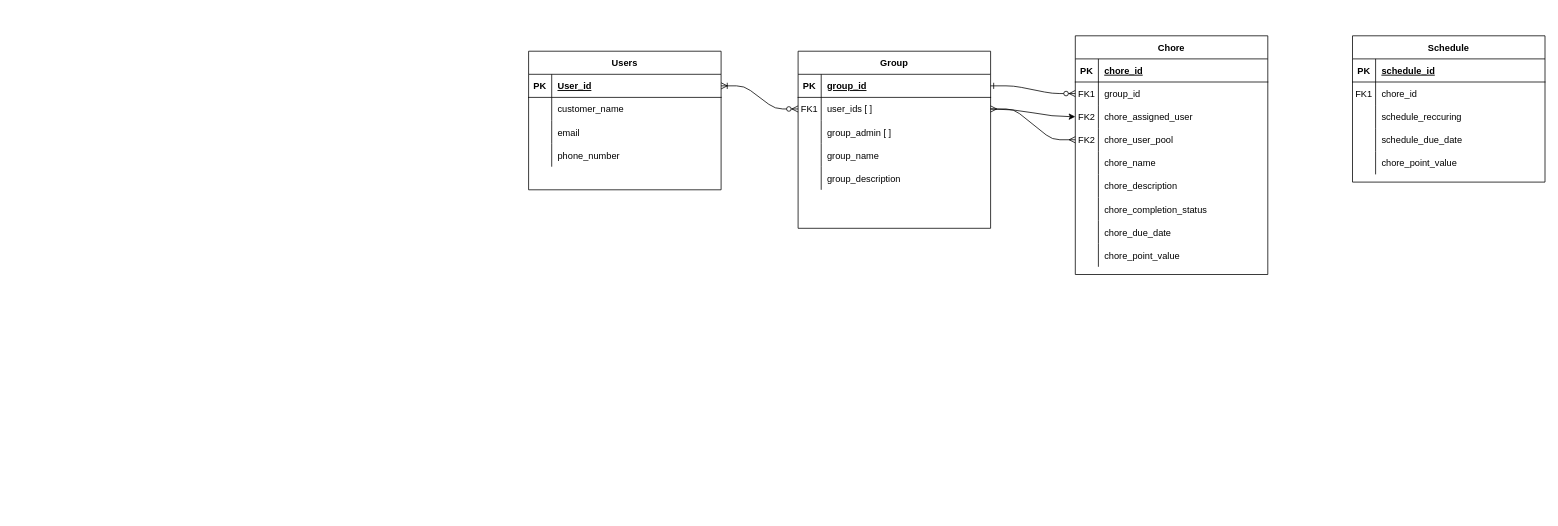
The draw.io diagram ERDDiagram.drawio in TBean18/TrashOverflow-Web, before the edit. Source tidied: cells renumbered, new cells numbered last; positions are measured from the earlier drawing's top-left corner, leaving out a move shared by most shapes. Both pictures are drawn from the tidied source at 77%, with x=0, y=0 at pixel (528, 35).
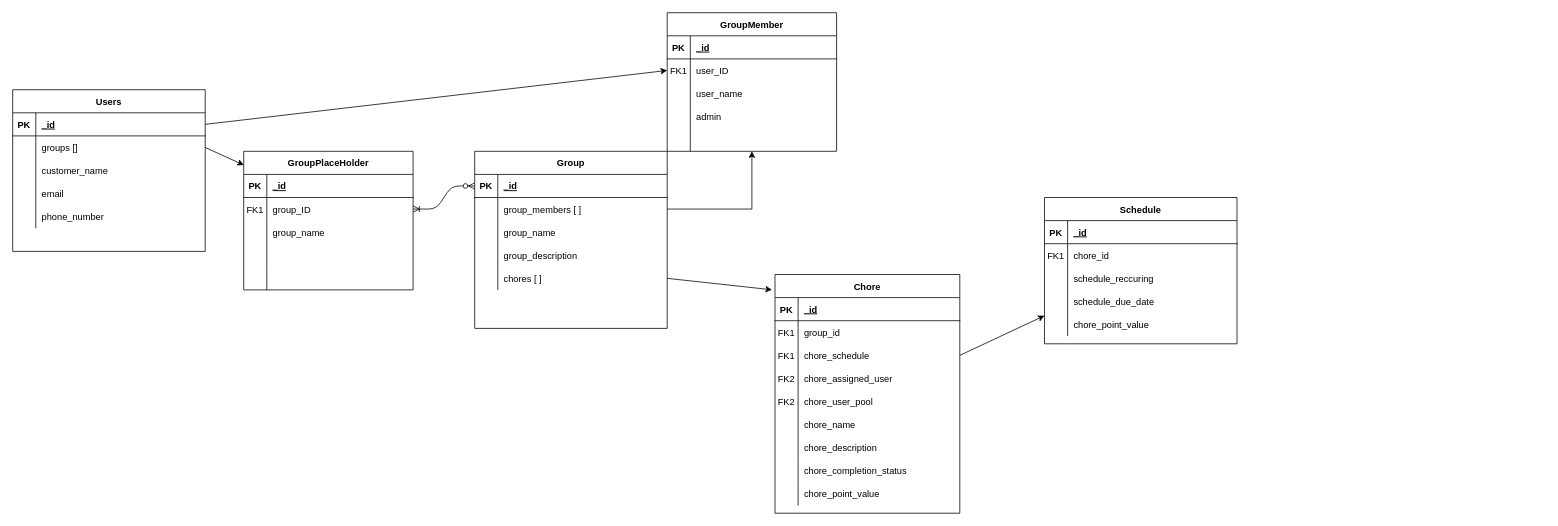
The same page after the edit.

Unchanged cells that the change refers to:
```xml
<mxCell id="5" style="shape=partialRectangle;fillColor=none;points=[[0,0.5],[1,0.5]];portConstraint=eastwest;top=0;left=0;right=0;bottom=1;" parent="4" vertex="1">
  <mxGeometry y="30" width="250" height="30" as="geometry" />
</mxCell>
<mxCell id="8" style="shape=partialRectangle;fillColor=none;points=[[0,0.5],[1,0.5]];portConstraint=eastwest;top=0;left=0;right=0;bottom=0;" parent="4" vertex="1">
  <mxGeometry y="60" width="250" height="30" as="geometry" />
</mxCell>
<mxCell id="49" style="shape=partialRectangle;fillColor=none;points=[[0,0.5],[1,0.5]];portConstraint=eastwest;top=0;left=0;right=0;bottom=1;" parent="48" vertex="1">
  <mxGeometry y="30" width="250" height="30" as="geometry" />
</mxCell>
<mxCell id="64" style="shape=partialRectangle;fillColor=none;top=0;left=0;right=0;bottom=1;" parent="63" vertex="1">
  <mxGeometry y="30" width="250" height="30" as="geometry" />
</mxCell>
```

The edit, as a diff of the source:
```diff
@@
-    <mxCell id="2" style="edgeStyle=entityRelationEdgeStyle;endArrow=ERzeroToMany;startArrow=ERoneToMany;endFill=1;startFill=0;" parent="1" edge="1" source="49" target="8">
+    <mxCell id="2" style="edgeStyle=entityRelationEdgeStyle;endArrow=ERzeroToMany;startArrow=ERoneToMany;endFill=1;startFill=0;exitX=1;exitY=0.5;exitDx=0;exitDy=0;" parent="1" edge="1" source="94" target="5">
       <mxGeometry relative="1" as="geometry" />
     </mxCell>
-    <mxCell id="3" style="edgeStyle=entityRelationEdgeStyle;endArrow=ERzeroToMany;startArrow=ERone;endFill=1;startFill=0;" parent="1" edge="1" source="5" target="24">
-      <mxGeometry relative="1" as="geometry" />
-    </mxCell>
     <mxCell id="4" value="Group" style="shape=table;startSize=30;childLayout=tableLayout;rowLines=0;fontStyle=1;align=center;" parent="1" vertex="1">
-      <mxGeometry x="350" y="20" width="250" height="230" as="geometry" />
+      <mxGeometry x="-70" y="150" width="250" height="230" as="geometry" />
     </mxCell>
@@
-    <mxCell id="7" value="group_id" style="shape=partialRectangle;overflow=hidden;fillColor=none;top=0;left=0;bottom=0;right=0;align=left;spacingLeft=6;fontStyle=5;" parent="5" vertex="1">
+    <mxCell id="7" value="_id" style="shape=partialRectangle;overflow=hidden;fillColor=none;top=0;left=0;bottom=0;right=0;align=left;spacingLeft=6;fontStyle=5;" parent="5" vertex="1">
       <mxGeometry x="30" width="220" height="30" as="geometry" />
     </mxCell>
@@
-    <mxCell id="9" value="FK1" style="shape=partialRectangle;overflow=hidden;fillColor=none;top=0;left=0;bottom=0;right=0;" parent="8" vertex="1">
-      <mxGeometry width="30" height="30" as="geometry" />
-    </mxCell>
-    <mxCell id="10" value="user_ids [ ]" style="shape=partialRectangle;overflow=hidden;fillColor=none;top=0;left=0;bottom=0;right=0;align=left;spacingLeft=6;" parent="8" vertex="1">
-      <mxGeometry x="30" width="220" height="30" as="geometry" />
-    </mxCell>
-    <mxCell id="11" style="shape=partialRectangle;fillColor=none;top=0;left=0;right=0;bottom=0;" parent="4" vertex="1">
-      <mxGeometry y="90" width="250" height="30" as="geometry" />
-    </mxCell>
-    <mxCell id="12" style="shape=partialRectangle;overflow=hidden;fillColor=none;top=0;left=0;bottom=0;right=0;" parent="11" vertex="1">
-      <mxGeometry width="30" height="30" as="geometry" />
-    </mxCell>
-    <mxCell id="13" value="group_admin [ ] " style="shape=partialRectangle;overflow=hidden;fillColor=none;top=0;left=0;bottom=0;right=0;align=left;spacingLeft=6;" parent="11" vertex="1">
-      <mxGeometry x="30" width="220" height="30" as="geometry" />
-    </mxCell>
+    <mxCell id="79" style="shape=partialRectangle;overflow=hidden;fillColor=none;top=0;left=0;bottom=0;right=0;" parent="8" vertex="1">
+      <mxGeometry width="30" height="30" as="geometry" />
+    </mxCell>
+    <mxCell id="80" value="group_members [ ] " style="shape=partialRectangle;overflow=hidden;fillColor=none;top=0;left=0;bottom=0;right=0;align=left;spacingLeft=6;" parent="8" vertex="1">
+      <mxGeometry x="30" width="220" height="30" as="geometry" />
+    </mxCell>
     <mxCell id="14" style="shape=partialRectangle;fillColor=none;top=0;left=0;right=0;bottom=0;" parent="4" vertex="1">
-      <mxGeometry y="120" width="250" height="30" as="geometry" />
+      <mxGeometry y="90" width="250" height="30" as="geometry" />
     </mxCell>
@@
     <mxCell id="17" style="shape=partialRectangle;fillColor=none;top=0;left=0;right=0;bottom=0;" parent="4" vertex="1">
-      <mxGeometry y="150" width="250" height="30" as="geometry" />
+      <mxGeometry y="120" width="250" height="30" as="geometry" />
     </mxCell>
@@
+    <mxCell id="81" style="shape=partialRectangle;fillColor=none;points=[[0,0.5],[1,0.5]];portConstraint=eastwest;top=0;left=0;right=0;bottom=0;" parent="4" vertex="1">
+      <mxGeometry y="150" width="250" height="30" as="geometry" />
+    </mxCell>
+    <mxCell id="82" style="shape=partialRectangle;overflow=hidden;fillColor=none;top=0;left=0;bottom=0;right=0;" parent="81" vertex="1">
+      <mxGeometry width="30" height="30" as="geometry" />
+    </mxCell>
+    <mxCell id="83" value="chores [ ]" style="shape=partialRectangle;overflow=hidden;fillColor=none;top=0;left=0;bottom=0;right=0;align=left;spacingLeft=6;" parent="81" vertex="1">
+      <mxGeometry x="30" width="220" height="30" as="geometry" />
+    </mxCell>
     <mxCell id="20" value="Chore" style="shape=table;startSize=30;childLayout=tableLayout;rowLines=0;fontStyle=1;align=center;" parent="1" vertex="1">
-      <mxGeometry x="710" width="250" height="310" as="geometry" />
+      <mxGeometry x="320" y="310" width="240" height="310" as="geometry" />
     </mxCell>
     <mxCell id="21" style="shape=partialRectangle;fillColor=none;top=0;left=0;right=0;bottom=1;" parent="20" vertex="1">
-      <mxGeometry y="30" width="250" height="30" as="geometry" />
+      <mxGeometry y="30" width="240" height="30" as="geometry" />
     </mxCell>
@@
-    <mxCell id="23" value="chore_id" style="shape=partialRectangle;overflow=hidden;fillColor=none;top=0;left=0;bottom=0;right=0;align=left;spacingLeft=6;fontStyle=5;" parent="21" vertex="1">
-      <mxGeometry x="30" width="220" height="30" as="geometry" />
+    <mxCell id="23" value="_id" style="shape=partialRectangle;overflow=hidden;fillColor=none;top=0;left=0;bottom=0;right=0;align=left;spacingLeft=6;fontStyle=5;" parent="21" vertex="1">
+      <mxGeometry x="30" width="210" height="30" as="geometry" />
     </mxCell>
     <mxCell id="24" style="shape=partialRectangle;fillColor=none;points=[[0,0.5],[1,0.5]];portConstraint=eastwest;top=0;left=0;right=0;bottom=0;" parent="20" vertex="1">
-      <mxGeometry y="60" width="250" height="30" as="geometry" />
+      <mxGeometry y="60" width="240" height="30" as="geometry" />
     </mxCell>
@@
     <mxCell id="26" value="group_id" style="shape=partialRectangle;overflow=hidden;fillColor=none;top=0;left=0;bottom=0;right=0;align=left;spacingLeft=6;" parent="24" vertex="1">
-      <mxGeometry x="30" width="220" height="30" as="geometry" />
+      <mxGeometry x="30" width="210" height="30" as="geometry" />
     </mxCell>
+    <mxCell id="84" style="shape=partialRectangle;fillColor=none;points=[[0,0.5],[1,0.5]];portConstraint=eastwest;top=0;left=0;right=0;bottom=0;" parent="20" vertex="1">
+      <mxGeometry y="90" width="240" height="30" as="geometry" />
+    </mxCell>
+    <mxCell id="85" value="FK1" style="shape=partialRectangle;overflow=hidden;fillColor=none;top=0;left=0;bottom=0;right=0;" parent="84" vertex="1">
+      <mxGeometry width="30" height="30" as="geometry" />
+    </mxCell>
+    <mxCell id="86" value="chore_schedule" style="shape=partialRectangle;overflow=hidden;fillColor=none;top=0;left=0;bottom=0;right=0;align=left;spacingLeft=6;" parent="84" vertex="1">
+      <mxGeometry x="30" width="210" height="30" as="geometry" />
+    </mxCell>
     <mxCell id="27" style="shape=partialRectangle;fillColor=none;points=[[0,0.5],[1,0.5]];portConstraint=eastwest;top=0;left=0;right=0;bottom=0;" parent="20" vertex="1">
-      <mxGeometry y="90" width="250" height="30" as="geometry" />
+      <mxGeometry y="120" width="240" height="30" as="geometry" />
     </mxCell>
@@
     <mxCell id="29" value="chore_assigned_user" style="shape=partialRectangle;overflow=hidden;fillColor=none;top=0;left=0;bottom=0;right=0;align=left;spacingLeft=6;" parent="27" vertex="1">
-      <mxGeometry x="30" width="220" height="30" as="geometry" />
+      <mxGeometry x="30" width="210" height="30" as="geometry" />
     </mxCell>
     <mxCell id="30" style="shape=partialRectangle;fillColor=none;points=[[0,0.5],[1,0.5]];portConstraint=eastwest;top=0;left=0;right=0;bottom=0;" parent="20" vertex="1">
-      <mxGeometry y="120" width="250" height="30" as="geometry" />
+      <mxGeometry y="150" width="240" height="30" as="geometry" />
     </mxCell>
@@
     <mxCell id="32" value="chore_user_pool" style="shape=partialRectangle;overflow=hidden;fillColor=none;top=0;left=0;bottom=0;right=0;align=left;spacingLeft=6;" parent="30" vertex="1">
-      <mxGeometry x="30" width="220" height="30" as="geometry" />
+      <mxGeometry x="30" width="210" height="30" as="geometry" />
     </mxCell>
     <mxCell id="33" style="shape=partialRectangle;fillColor=none;top=0;left=0;right=0;bottom=0;" parent="20" vertex="1">
-      <mxGeometry y="150" width="250" height="30" as="geometry" />
+      <mxGeometry y="180" width="240" height="30" as="geometry" />
     </mxCell>
@@
     <mxCell id="35" value="chore_name" style="shape=partialRectangle;overflow=hidden;fillColor=none;top=0;left=0;bottom=0;right=0;align=left;spacingLeft=6;" parent="33" vertex="1">
-      <mxGeometry x="30" width="220" height="30" as="geometry" />
+      <mxGeometry x="30" width="210" height="30" as="geometry" />
     </mxCell>
     <mxCell id="36" style="shape=partialRectangle;fillColor=none;top=0;left=0;right=0;bottom=0;" parent="20" vertex="1">
-      <mxGeometry y="180" width="250" height="30" as="geometry" />
+      <mxGeometry y="210" width="240" height="30" as="geometry" />
     </mxCell>
@@
     <mxCell id="38" value="chore_description" style="shape=partialRectangle;overflow=hidden;fillColor=none;top=0;left=0;bottom=0;right=0;align=left;spacingLeft=6;" parent="36" vertex="1">
-      <mxGeometry x="30" width="220" height="30" as="geometry" />
+      <mxGeometry x="30" width="210" height="30" as="geometry" />
     </mxCell>
     <mxCell id="39" style="shape=partialRectangle;fillColor=none;top=0;left=0;right=0;bottom=0;" parent="20" vertex="1">
-      <mxGeometry y="210" width="250" height="30" as="geometry" />
+      <mxGeometry y="240" width="240" height="30" as="geometry" />
     </mxCell>
@@
     <mxCell id="41" value="chore_completion_status" style="shape=partialRectangle;overflow=hidden;fillColor=none;top=0;left=0;bottom=0;right=0;align=left;spacingLeft=6;" parent="39" vertex="1">
-      <mxGeometry x="30" width="220" height="30" as="geometry" />
+      <mxGeometry x="30" width="210" height="30" as="geometry" />
     </mxCell>
-    <mxCell id="42" style="shape=partialRectangle;fillColor=none;top=0;left=0;right=0;bottom=0;" parent="20" vertex="1">
-      <mxGeometry y="240" width="250" height="30" as="geometry" />
-    </mxCell>
-    <mxCell id="43" style="shape=partialRectangle;overflow=hidden;fillColor=none;top=0;left=0;bottom=0;right=0;" parent="42" vertex="1">
-      <mxGeometry width="30" height="30" as="geometry" />
-    </mxCell>
-    <mxCell id="44" value="chore_due_date" style="shape=partialRectangle;overflow=hidden;fillColor=none;top=0;left=0;bottom=0;right=0;align=left;spacingLeft=6;" parent="42" vertex="1">
-      <mxGeometry x="30" width="220" height="30" as="geometry" />
-    </mxCell>
     <mxCell id="45" style="shape=partialRectangle;fillColor=none;top=0;left=0;right=0;bottom=0;" parent="20" vertex="1">
-      <mxGeometry y="270" width="250" height="30" as="geometry" />
+      <mxGeometry y="270" width="240" height="30" as="geometry" />
     </mxCell>
@@
     <mxCell id="47" value="chore_point_value" style="shape=partialRectangle;overflow=hidden;fillColor=none;top=0;left=0;bottom=0;right=0;align=left;spacingLeft=6;" parent="45" vertex="1">
-      <mxGeometry x="30" width="220" height="30" as="geometry" />
+      <mxGeometry x="30" width="210" height="30" as="geometry" />
     </mxCell>
     <mxCell id="48" value="Users" style="shape=table;startSize=30;childLayout=tableLayout;rowLines=0;fontStyle=1;align=center;" parent="1" vertex="1">
-      <mxGeometry y="20" width="250" height="180" as="geometry" />
+      <mxGeometry x="-670" y="70" width="250" height="210" as="geometry" />
     </mxCell>
@@
-    <mxCell id="51" value="User_id" style="shape=partialRectangle;overflow=hidden;fillColor=none;top=0;left=0;bottom=0;right=0;align=left;spacingLeft=6;fontStyle=5;" parent="49" vertex="1">
+    <mxCell id="51" value="_id" style="shape=partialRectangle;overflow=hidden;fillColor=none;top=0;left=0;bottom=0;right=0;align=left;spacingLeft=6;fontStyle=5;" parent="49" vertex="1">
       <mxGeometry x="30" width="220" height="30" as="geometry" />
     </mxCell>
+    <mxCell id="87" style="shape=partialRectangle;fillColor=none;top=0;left=0;bottom=0;right=0;points=[[0,0.5],[1,0.5]];portConstraint=eastwest;" parent="48" vertex="1">
+      <mxGeometry y="60" width="250" height="30" as="geometry" />
+    </mxCell>
+    <mxCell id="88" style="shape=partialRectangle;fillColor=none;top=0;left=0;bottom=0;right=0;overflow=hidden;" parent="87" vertex="1">
+      <mxGeometry width="30" height="30" as="geometry" />
+    </mxCell>
+    <mxCell id="89" value="groups []" style="shape=partialRectangle;fillColor=none;top=0;left=0;bottom=0;right=0;align=left;spacingLeft=6;overflow=hidden;" parent="87" vertex="1">
+      <mxGeometry x="30" width="220" height="30" as="geometry" />
+    </mxCell>
     <mxCell id="52" style="shape=partialRectangle;fillColor=none;top=0;left=0;right=0;bottom=0;" parent="48" vertex="1">
-      <mxGeometry y="60" width="250" height="30" as="geometry" />
+      <mxGeometry y="90" width="250" height="30" as="geometry" />
     </mxCell>
@@
     <mxCell id="55" style="shape=partialRectangle;fillColor=none;top=0;left=0;bottom=0;right=0;" parent="48" vertex="1">
-      <mxGeometry y="90" width="250" height="30" as="geometry" />
+      <mxGeometry y="120" width="250" height="30" as="geometry" />
     </mxCell>
@@
     <mxCell id="58" style="shape=partialRectangle;fillColor=none;top=0;left=0;bottom=0;right=0;" parent="48" vertex="1">
-      <mxGeometry y="120" width="250" height="30" as="geometry" />
+      <mxGeometry y="150" width="250" height="30" as="geometry" />
     </mxCell>
@@
-    <mxCell id="61" style="jettySize=auto;html=1;exitX=1;exitY=0.5;exitDx=0;exitDy=0;startArrow=ERmany;startFill=0;entryX=0;entryY=0.5;entryDx=0;entryDy=0;edgeStyle=entityRelationEdgeStyle;curved=1;" parent="1" edge="1" source="8" target="27">
-      <mxGeometry relative="1" as="geometry" />
-    </mxCell>
-    <mxCell id="62" style="edgeStyle=entityRelationEdgeStyle;fontSize=12;html=1;endArrow=ERmany;exitX=1;exitY=0.5;exitDx=0;exitDy=0;entryX=0;entryY=0.5;entryDx=0;entryDy=0;" parent="1" edge="1" source="8" target="30">
-      <mxGeometry relative="1" as="geometry" />
-    </mxCell>
     <mxCell id="63" value="Schedule" style="shape=table;startSize=30;childLayout=tableLayout;rowLines=0;fontStyle=1;align=center;" parent="1" vertex="1">
-      <mxGeometry x="1070" width="250" height="190" as="geometry" />
+      <mxGeometry x="670" y="210" width="250" height="190" as="geometry" />
     </mxCell>
@@
-    <mxCell id="66" value="schedule_id" style="shape=partialRectangle;overflow=hidden;fillColor=none;top=0;left=0;bottom=0;right=0;align=left;spacingLeft=6;fontStyle=5;" parent="64" vertex="1">
+    <mxCell id="66" value="_id" style="shape=partialRectangle;overflow=hidden;fillColor=none;top=0;left=0;bottom=0;right=0;align=left;spacingLeft=6;fontStyle=5;" parent="64" vertex="1">
       <mxGeometry x="30" width="220" height="30" as="geometry" />
     </mxCell>
@@
+    <mxCell id="90" value="GroupPlaceHolder" style="shape=table;startSize=30;childLayout=tableLayout;rowLines=0;fontStyle=1;align=center;" parent="1" vertex="1">
+      <mxGeometry x="-370" y="150" width="220" height="180" as="geometry" />
+    </mxCell>
+    <mxCell id="91" style="shape=partialRectangle;fillColor=none;top=0;left=0;right=0;bottom=1;" parent="90" vertex="1">
+      <mxGeometry y="30" width="220" height="30" as="geometry" />
+    </mxCell>
+    <mxCell id="92" value="PK" style="shape=partialRectangle;overflow=hidden;fillColor=none;top=0;left=0;bottom=0;right=0;fontStyle=1;" parent="91" vertex="1">
+      <mxGeometry width="30" height="30" as="geometry" />
+    </mxCell>
+    <mxCell id="93" value="_id" style="shape=partialRectangle;overflow=hidden;fillColor=none;top=0;left=0;bottom=0;right=0;align=left;spacingLeft=6;fontStyle=5;" parent="91" vertex="1">
+      <mxGeometry x="30" width="190" height="30" as="geometry" />
+    </mxCell>
+    <mxCell id="94" style="shape=partialRectangle;fillColor=none;points=[[0,0.5],[1,0.5]];portConstraint=eastwest;top=0;left=0;right=0;bottom=0;" parent="90" vertex="1">
+      <mxGeometry y="60" width="220" height="30" as="geometry" />
+    </mxCell>
+    <mxCell id="95" value="FK1" style="shape=partialRectangle;overflow=hidden;fillColor=none;top=0;left=0;bottom=0;right=0;" parent="94" vertex="1">
+      <mxGeometry width="30" height="30" as="geometry" />
+    </mxCell>
+    <mxCell id="96" value="group_ID" style="shape=partialRectangle;overflow=hidden;fillColor=none;top=0;left=0;bottom=0;right=0;align=left;spacingLeft=6;" parent="94" vertex="1">
+      <mxGeometry x="30" width="190" height="30" as="geometry" />
+    </mxCell>
+    <mxCell id="97" style="shape=partialRectangle;fillColor=none;top=0;left=0;right=0;bottom=0;" parent="90" vertex="1">
+      <mxGeometry y="90" width="220" height="30" as="geometry" />
+    </mxCell>
+    <mxCell id="98" style="shape=partialRectangle;overflow=hidden;fillColor=none;top=0;left=0;bottom=0;right=0;" parent="97" vertex="1">
+      <mxGeometry width="30" height="30" as="geometry" />
+    </mxCell>
+    <mxCell id="99" value="group_name" style="shape=partialRectangle;overflow=hidden;fillColor=none;top=0;left=0;bottom=0;right=0;align=left;spacingLeft=6;" parent="97" vertex="1">
+      <mxGeometry x="30" width="190" height="30" as="geometry" />
+    </mxCell>
+    <mxCell id="100" style="shape=partialRectangle;fillColor=none;top=0;left=0;right=0;bottom=0;" parent="90" vertex="1">
+      <mxGeometry y="120" width="220" height="30" as="geometry" />
+    </mxCell>
+    <mxCell id="101" style="shape=partialRectangle;overflow=hidden;fillColor=none;top=0;left=0;bottom=0;right=0;" parent="100" vertex="1">
+      <mxGeometry width="30" height="30" as="geometry" />
+    </mxCell>
+    <mxCell id="102" style="shape=partialRectangle;overflow=hidden;fillColor=none;top=0;left=0;bottom=0;right=0;align=left;spacingLeft=6;" parent="100" vertex="1">
+      <mxGeometry x="30" width="190" height="30" as="geometry" />
+    </mxCell>
+    <mxCell id="103" style="shape=partialRectangle;fillColor=none;top=0;left=0;right=0;bottom=0;" parent="90" vertex="1">
+      <mxGeometry y="150" width="220" height="30" as="geometry" />
+    </mxCell>
+    <mxCell id="104" style="shape=partialRectangle;overflow=hidden;fillColor=none;top=0;left=0;bottom=0;right=0;" parent="103" vertex="1">
+      <mxGeometry width="30" height="30" as="geometry" />
+    </mxCell>
+    <mxCell id="105" style="shape=partialRectangle;overflow=hidden;fillColor=none;top=0;left=0;bottom=0;right=0;align=left;spacingLeft=6;" parent="103" vertex="1">
+      <mxGeometry x="30" width="190" height="30" as="geometry" />
+    </mxCell>
+    <mxCell id="106" style="endArrow=classic;html=1;exitX=1;exitY=0.5;exitDx=0;exitDy=0;entryX=0.001;entryY=0.099;entryDx=0;entryDy=0;entryPerimeter=0;" parent="1" edge="1" source="87" target="90">
+      <mxGeometry relative="1" as="geometry" />
+    </mxCell>
+    <mxCell id="107" value="GroupMember" style="shape=table;startSize=30;childLayout=tableLayout;rowLines=0;fontStyle=1;align=center;" parent="1" vertex="1">
+      <mxGeometry x="180" y="-30" width="220" height="180" as="geometry" />
+    </mxCell>
+    <mxCell id="108" style="shape=partialRectangle;fillColor=none;top=0;left=0;right=0;bottom=1;" parent="107" vertex="1">
+      <mxGeometry y="30" width="220" height="30" as="geometry" />
+    </mxCell>
+    <mxCell id="109" value="PK" style="shape=partialRectangle;overflow=hidden;fillColor=none;top=0;left=0;bottom=0;right=0;fontStyle=1;" parent="108" vertex="1">
+      <mxGeometry width="30" height="30" as="geometry" />
+    </mxCell>
+    <mxCell id="110" value="_id" style="shape=partialRectangle;overflow=hidden;fillColor=none;top=0;left=0;bottom=0;right=0;align=left;spacingLeft=6;fontStyle=5;" parent="108" vertex="1">
+      <mxGeometry x="30" width="190" height="30" as="geometry" />
+    </mxCell>
+    <mxCell id="111" style="shape=partialRectangle;fillColor=none;points=[[0,0.5],[1,0.5]];portConstraint=eastwest;top=0;left=0;right=0;bottom=0;" parent="107" vertex="1">
+      <mxGeometry y="60" width="220" height="30" as="geometry" />
+    </mxCell>
+    <mxCell id="112" value="FK1" style="shape=partialRectangle;overflow=hidden;fillColor=none;top=0;left=0;bottom=0;right=0;" parent="111" vertex="1">
+      <mxGeometry width="30" height="30" as="geometry" />
+    </mxCell>
+    <mxCell id="113" value="user_ID" style="shape=partialRectangle;overflow=hidden;fillColor=none;top=0;left=0;bottom=0;right=0;align=left;spacingLeft=6;" parent="111" vertex="1">
+      <mxGeometry x="30" width="190" height="30" as="geometry" />
+    </mxCell>
+    <mxCell id="114" style="shape=partialRectangle;fillColor=none;top=0;left=0;right=0;bottom=0;" parent="107" vertex="1">
+      <mxGeometry y="90" width="220" height="30" as="geometry" />
+    </mxCell>
+    <mxCell id="115" style="shape=partialRectangle;overflow=hidden;fillColor=none;top=0;left=0;bottom=0;right=0;" parent="114" vertex="1">
+      <mxGeometry width="30" height="30" as="geometry" />
+    </mxCell>
+    <mxCell id="116" value="user_name" style="shape=partialRectangle;overflow=hidden;fillColor=none;top=0;left=0;bottom=0;right=0;align=left;spacingLeft=6;" parent="114" vertex="1">
+      <mxGeometry x="30" width="190" height="30" as="geometry" />
+    </mxCell>
+    <mxCell id="117" style="shape=partialRectangle;fillColor=none;top=0;left=0;right=0;bottom=0;" parent="107" vertex="1">
+      <mxGeometry y="120" width="220" height="30" as="geometry" />
+    </mxCell>
+    <mxCell id="118" style="shape=partialRectangle;overflow=hidden;fillColor=none;top=0;left=0;bottom=0;right=0;" parent="117" vertex="1">
+      <mxGeometry width="30" height="30" as="geometry" />
+    </mxCell>
+    <mxCell id="119" value="admin" style="shape=partialRectangle;overflow=hidden;fillColor=none;top=0;left=0;bottom=0;right=0;align=left;spacingLeft=6;" parent="117" vertex="1">
+      <mxGeometry x="30" width="190" height="30" as="geometry" />
+    </mxCell>
+    <mxCell id="120" style="shape=partialRectangle;fillColor=none;top=0;left=0;right=0;bottom=0;" parent="107" vertex="1">
+      <mxGeometry y="150" width="220" height="30" as="geometry" />
+    </mxCell>
+    <mxCell id="121" style="shape=partialRectangle;overflow=hidden;fillColor=none;top=0;left=0;bottom=0;right=0;" parent="120" vertex="1">
+      <mxGeometry width="30" height="30" as="geometry" />
+    </mxCell>
+    <mxCell id="122" style="shape=partialRectangle;overflow=hidden;fillColor=none;top=0;left=0;bottom=0;right=0;align=left;spacingLeft=6;" parent="120" vertex="1">
+      <mxGeometry x="30" width="190" height="30" as="geometry" />
+    </mxCell>
+    <mxCell id="123" style="edgeStyle=orthogonalEdgeStyle;rounded=0;jettySize=auto;html=1;" parent="1" edge="1" source="8" target="107">
+      <mxGeometry relative="1" as="geometry" />
+    </mxCell>
+    <mxCell id="124" style="rounded=0;jettySize=auto;html=1;exitX=1;exitY=0.5;exitDx=0;exitDy=0;entryX=-0.016;entryY=0.064;entryDx=0;entryDy=0;entryPerimeter=0;" parent="1" edge="1" source="81" target="20">
+      <mxGeometry relative="1" as="geometry" />
+    </mxCell>
+    <mxCell id="125" style="edgeStyle=none;rounded=0;jettySize=auto;html=1;exitX=1;exitY=0.5;exitDx=0;exitDy=0;" parent="1" edge="1" source="84" target="63">
+      <mxGeometry relative="1" as="geometry" />
+    </mxCell>
+    <mxCell id="126" style="edgeStyle=none;rounded=0;jettySize=auto;html=1;exitX=1;exitY=0.5;exitDx=0;exitDy=0;entryX=0;entryY=0.5;entryDx=0;entryDy=0;" parent="1" edge="1" source="49" target="111">
+      <mxGeometry relative="1" as="geometry" />
+    </mxCell>
```
